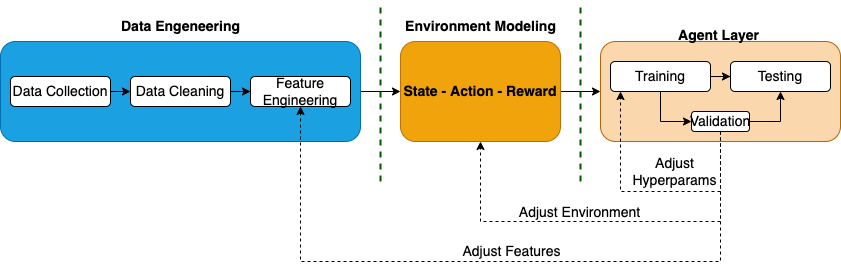
zdeneklapes/ibt keeps this draw.io diagram as itt-presentation/img/navrh_reseni.png. Above is the earlier version. Source tidied: cells renumbered, new cells last; positions are measured from the earlier drawing's top-left corner, leaving out a move shared by most shapes.
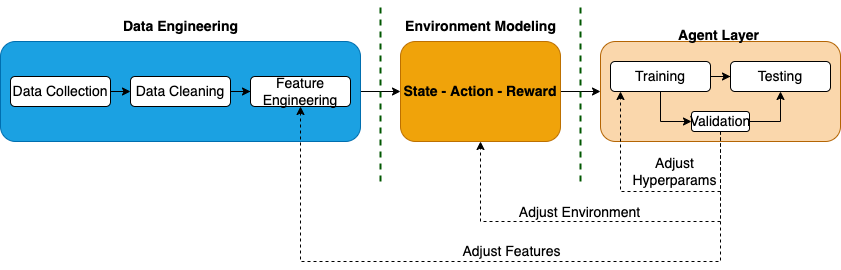
After the change.

What changed in the source:
```diff
@@ -41,7 +41,7 @@
         <mxPoint x="580" as="targetPoint" />
       </mxGeometry>
     </mxCell>
-    <mxCell id="13" value="&lt;b style=&quot;font-size: 14px;&quot;&gt;Data Engeneering&lt;/b&gt;" style="text;html=1;align=center;verticalAlign=middle;strokeColor=none;fillColor=none;fontSize=14;" parent="1" vertex="1">
+    <mxCell id="13" value="&lt;b style=&quot;font-size: 14px;&quot;&gt;Data Engineering&lt;/b&gt;" style="text;html=1;align=center;verticalAlign=middle;strokeColor=none;fillColor=none;fontSize=14;" parent="1" vertex="1">
       <mxGeometry x="110" y="10" width="140" height="30" as="geometry" />
     </mxCell>
     <mxCell id="14" value="&lt;b style=&quot;font-size: 14px;&quot;&gt;Environment Modeling&lt;/b&gt;" style="text;html=1;align=center;verticalAlign=middle;strokeColor=none;fillColor=none;fontSize=14;" parent="1" vertex="1">
```
